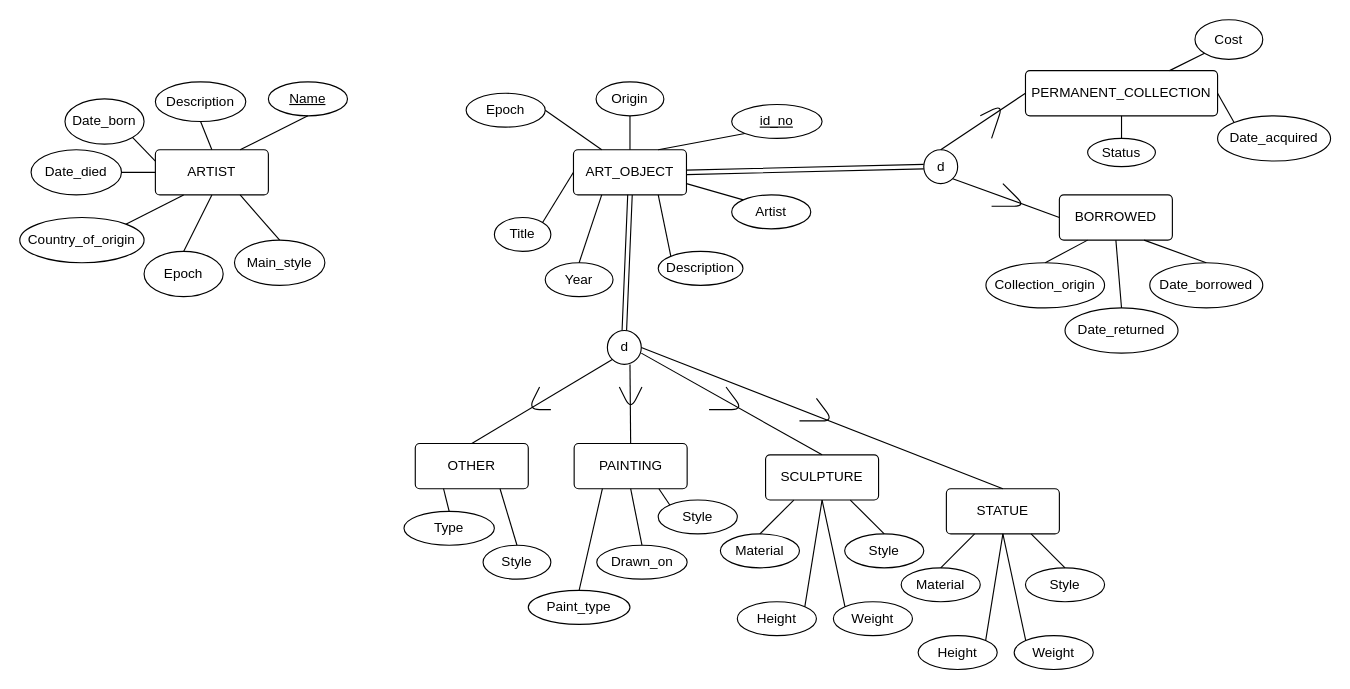
aryan-karadia/Museum-SQL-Project keeps this draw.io diagram as musemEER.drawio. Above is the earlier version. Source tidied: cells renumbered, new cells numbered last; positions are measured from the earlier drawing's top-left corner, leaving out a move shared by most shapes. Both pictures are drawn from the tidied source at 113%, with x=0, y=0 at pixel (19, 19).
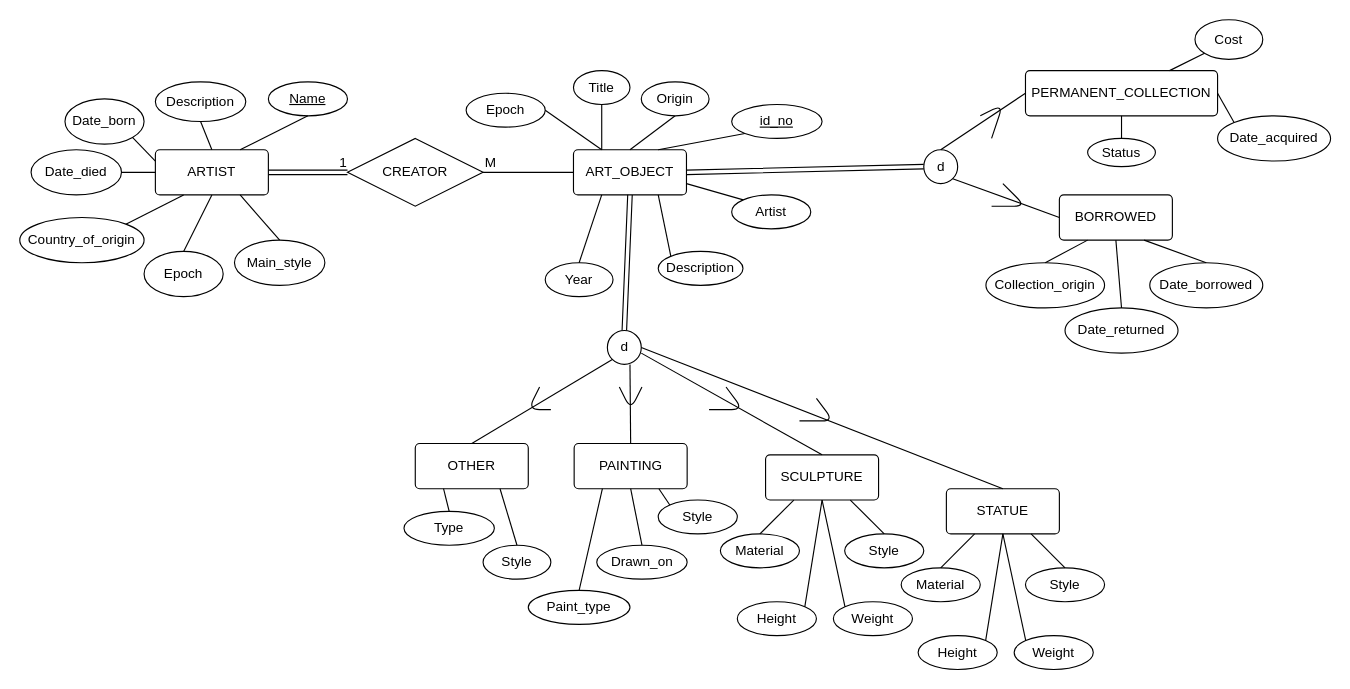
Above is the later version.

Commit message:
Creator relationship

Unchanged cells that the change refers to:
```xml
<mxCell id="2" value="ART_OBJECT" style="rounded=1;arcSize=10;whiteSpace=wrap;html=1;align=center;" parent="1" vertex="1">
  <mxGeometry x="490" y="115" width="100" height="40" as="geometry" />
</mxCell>
<mxCell id="80" value="ARTIST" style="rounded=1;arcSize=10;whiteSpace=wrap;html=1;align=center;" parent="1" vertex="1">
  <mxGeometry x="120" y="115" width="100" height="40" as="geometry" />
</mxCell>
```

Diff of the diagram source:
```diff
@@
     <mxCell id="5" value="Title" style="ellipse;whiteSpace=wrap;html=1;align=center;" parent="1" vertex="1">
-      <mxGeometry x="420" y="175" width="50" height="30" as="geometry" />
+      <mxGeometry x="490" y="45" width="50" height="30" as="geometry" />
     </mxCell>
@@
-    <mxCell id="10" style="endArrow=none;html=1;rounded=0;entryX=0;entryY=0.5;entryDx=0;entryDy=0;exitX=1;exitY=0;exitDx=0;exitDy=0;" parent="1" edge="1" source="5" target="2">
+    <mxCell id="10" style="endArrow=none;html=1;rounded=0;entryX=0.25;entryY=0;entryDx=0;entryDy=0;exitX=0.5;exitY=1;exitDx=0;exitDy=0;" parent="1" edge="1" source="5" target="2">
       <mxGeometry relative="1" as="geometry" />
     </mxCell>
@@
     <mxCell id="95" value="Origin" style="ellipse;whiteSpace=wrap;html=1;align=center;" parent="1" vertex="1">
-      <mxGeometry x="510" y="55" width="60" height="30" as="geometry" />
+      <mxGeometry x="550" y="55" width="60" height="30" as="geometry" />
     </mxCell>
+    <mxCell id="96" value="CREATOR" style="shape=rhombus;perimeter=rhombusPerimeter;whiteSpace=wrap;html=1;align=center;" parent="1" vertex="1">
+      <mxGeometry x="290" y="105" width="120" height="60" as="geometry" />
+    </mxCell>
+    <mxCell id="97" style="shape=link;html=1;rounded=0;exitX=1;exitY=0.5;exitDx=0;exitDy=0;" parent="1" edge="1" source="80">
+      <mxGeometry relative="1" as="geometry">
+        <mxPoint x="290" y="135" as="targetPoint" />
+      </mxGeometry>
+    </mxCell>
+    <mxCell id="98" value="1" style="html=1;align=right;verticalAlign=bottom;" parent="97" vertex="1">
+      <mxGeometry x="1" relative="1" as="geometry" />
+    </mxCell>
+    <mxCell id="99" style="endArrow=none;html=1;rounded=0;exitX=1;exitY=0.5;exitDx=0;exitDy=0;" parent="1" edge="1" source="96">
+      <mxGeometry relative="1" as="geometry">
+        <mxPoint x="490" y="135" as="targetPoint" />
+      </mxGeometry>
+    </mxCell>
+    <mxCell id="100" value="M" style="html=1;align=left;verticalAlign=bottom;" parent="99" vertex="1">
+      <mxGeometry x="-1" relative="1" as="geometry" />
+    </mxCell>
```
